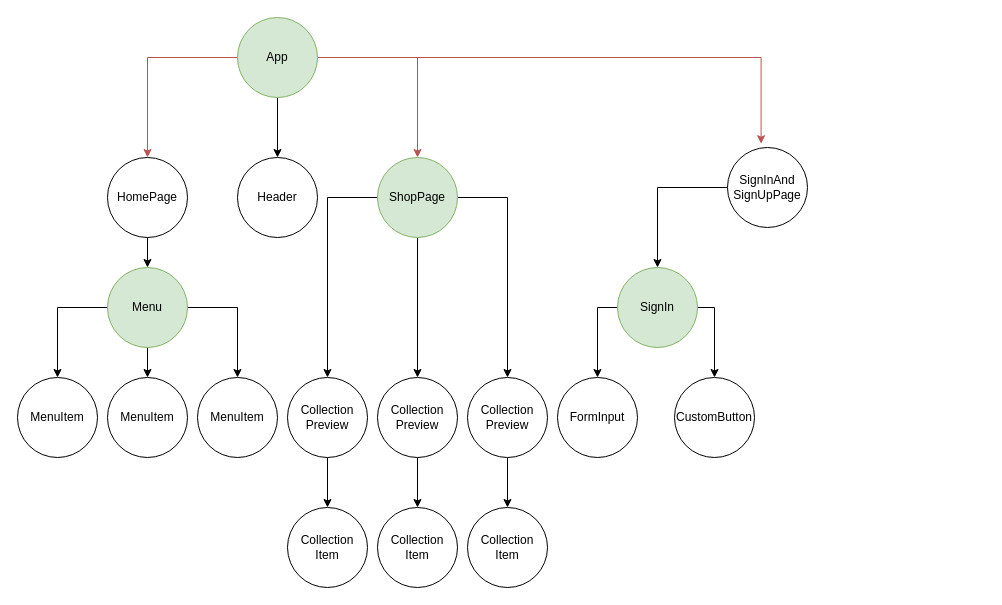
The draw.io diagram state_diagram.drawio in kaung-minkhant/crwn-clothing, before the edit. Source tidied: cells renumbered, new cells numbered last; positions are measured from the earlier drawing's top-left corner, leaving out a move shared by most shapes. Both pictures are drawn from the tidied source at 100%, with x=0, y=0 at pixel (17, 17).
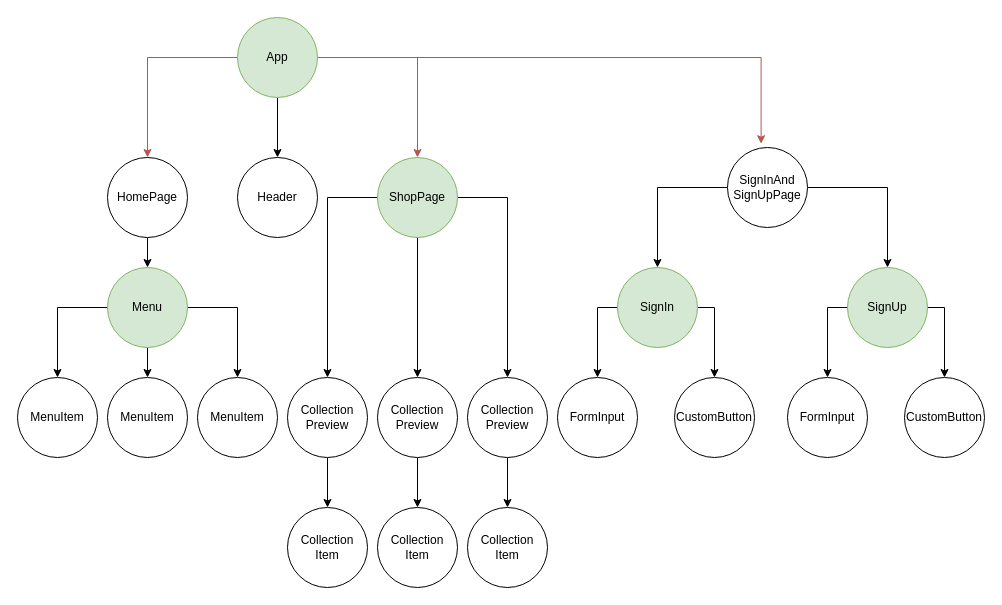
The same diagram, later.

Unchanged cells that the change refers to:
```xml
<mxCell id="28" value="SignInAnd&lt;br&gt;SignUpPage" style="ellipse;whiteSpace=wrap;html=1;" parent="1" vertex="1">
  <mxGeometry x="710" y="130" width="80" height="80" as="geometry" />
</mxCell>
```

What changed in the source:
```diff
@@
+    <mxCell id="37" style="edgeStyle=orthogonalEdgeStyle;rounded=0;jettySize=auto;html=1;entryX=0.5;entryY=0;entryDx=0;entryDy=0;" parent="1" edge="1" source="28" target="40">
+      <mxGeometry relative="1" as="geometry" />
+    </mxCell>
@@
+    <mxCell id="38" style="edgeStyle=orthogonalEdgeStyle;rounded=0;jettySize=auto;html=1;entryX=0.5;entryY=0;entryDx=0;entryDy=0;" parent="1" edge="1" source="40" target="41">
+      <mxGeometry relative="1" as="geometry">
+        <Array as="points">
+          <mxPoint x="810" y="290" />
+        </Array>
+      </mxGeometry>
+    </mxCell>
+    <mxCell id="39" style="edgeStyle=orthogonalEdgeStyle;rounded=0;jettySize=auto;html=1;entryX=0.5;entryY=0;entryDx=0;entryDy=0;" parent="1" edge="1" source="40" target="42">
+      <mxGeometry relative="1" as="geometry">
+        <Array as="points">
+          <mxPoint x="927" y="290" />
+        </Array>
+      </mxGeometry>
+    </mxCell>
+    <mxCell id="40" value="SignUp" style="ellipse;whiteSpace=wrap;html=1;fillColor=#d5e8d4;strokeColor=#82b366;" parent="1" vertex="1">
+      <mxGeometry x="830" y="250" width="80" height="80" as="geometry" />
+    </mxCell>
+    <mxCell id="41" value="FormInput" style="ellipse;whiteSpace=wrap;html=1;" parent="1" vertex="1">
+      <mxGeometry x="770" y="360" width="80" height="80" as="geometry" />
+    </mxCell>
+    <mxCell id="42" value="CustomButton" style="ellipse;whiteSpace=wrap;html=1;" parent="1" vertex="1">
+      <mxGeometry x="887" y="360" width="80" height="80" as="geometry" />
+    </mxCell>
```
